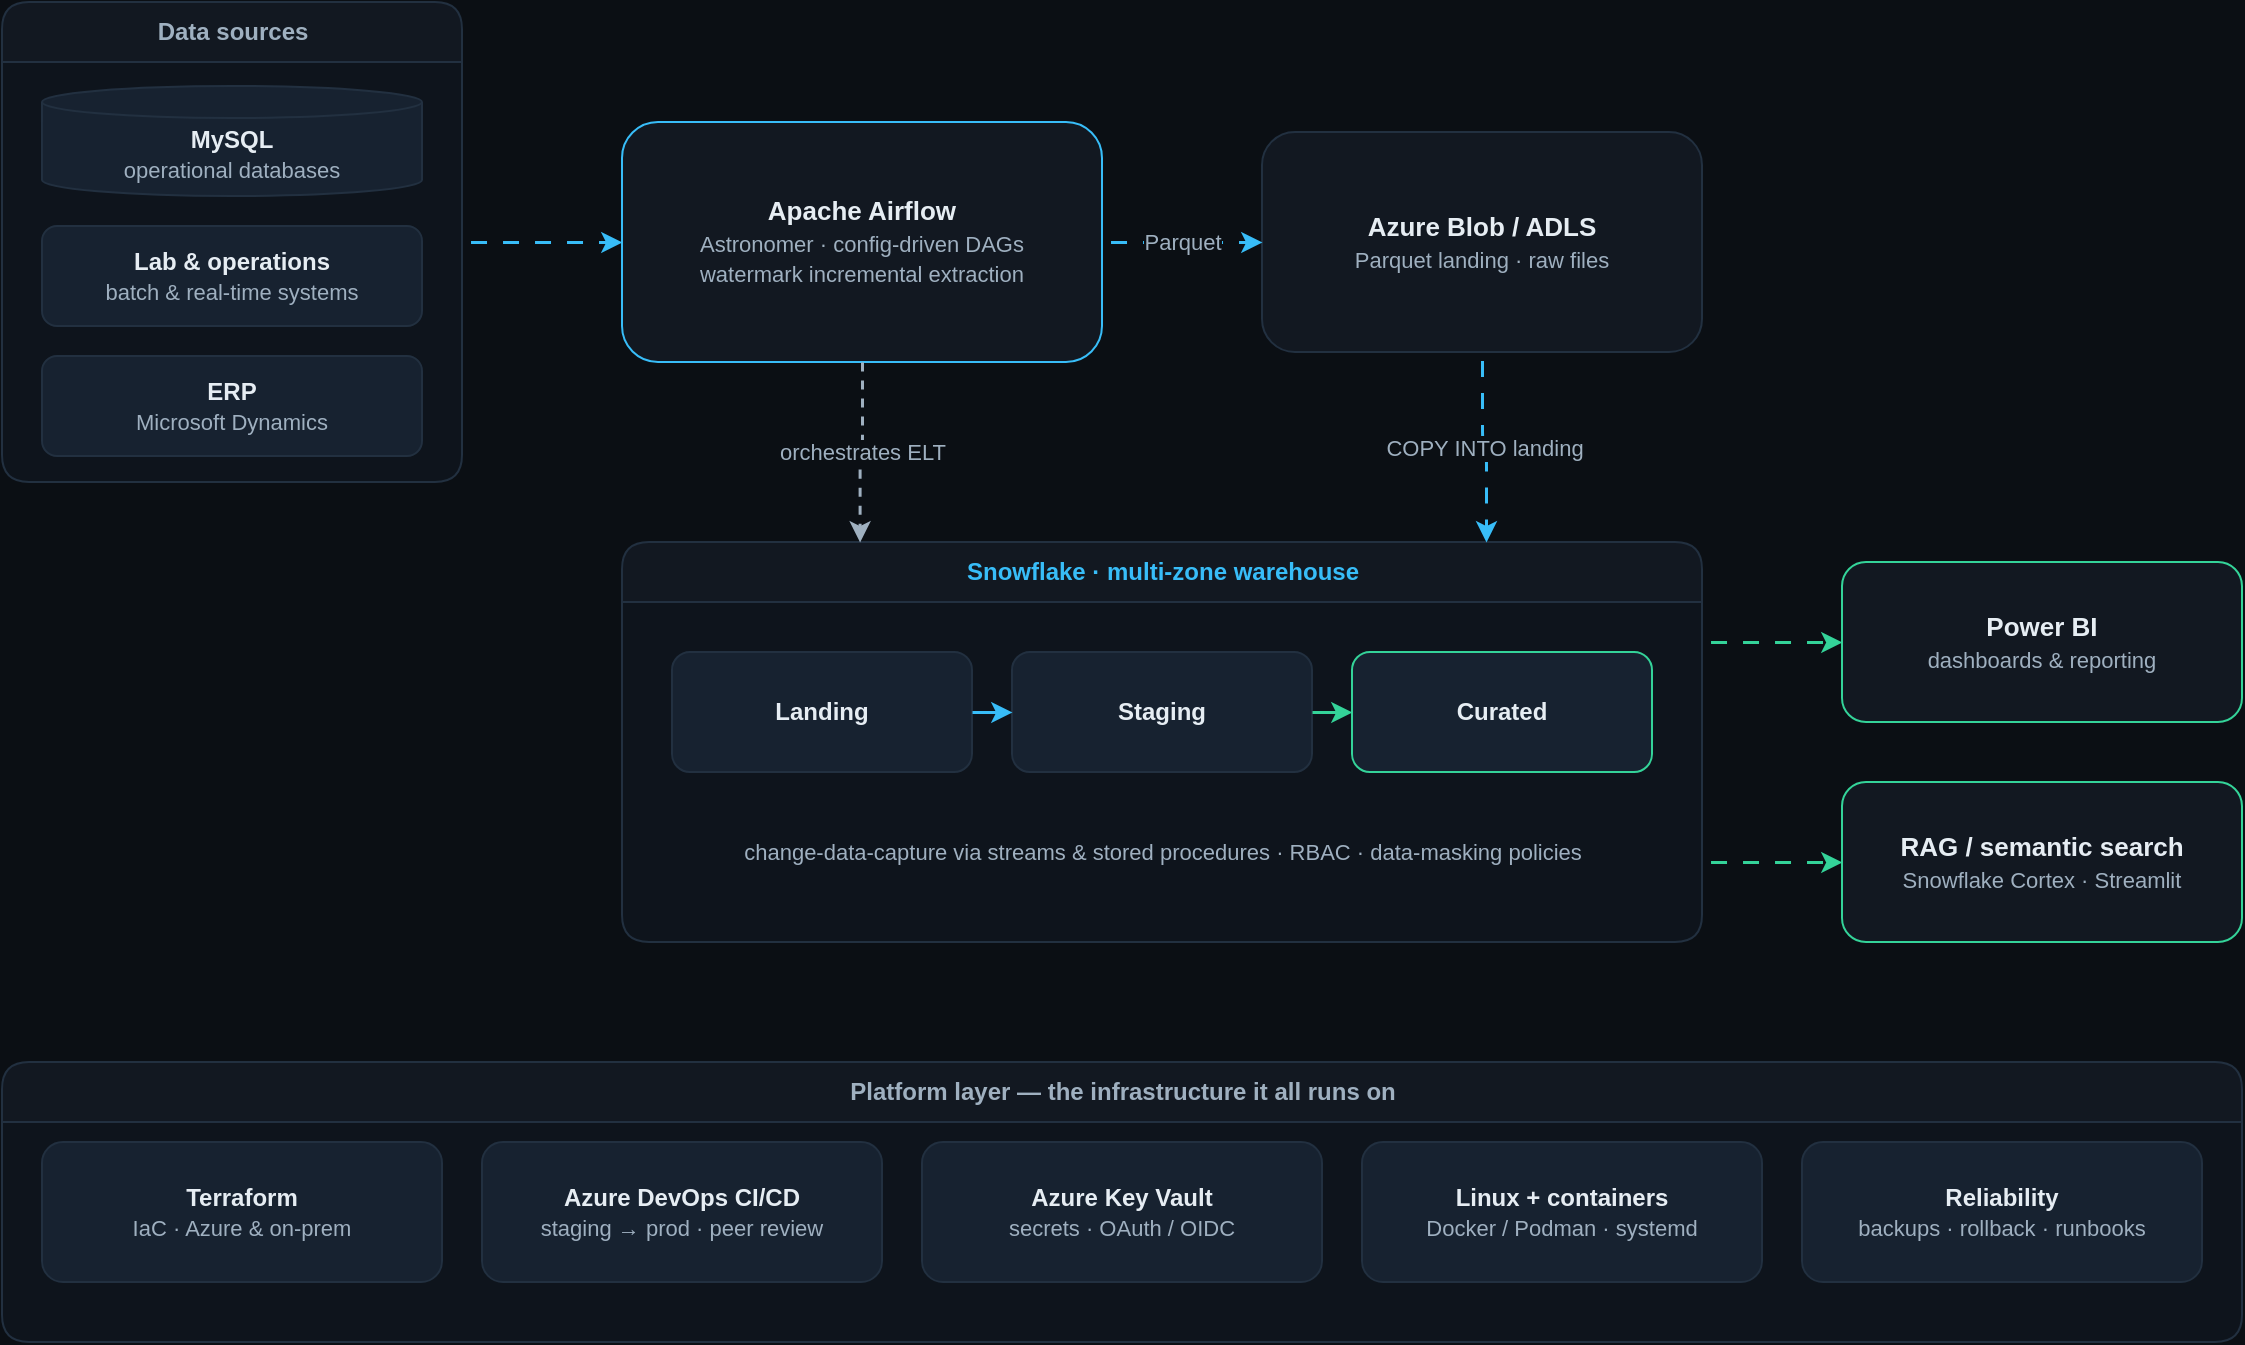
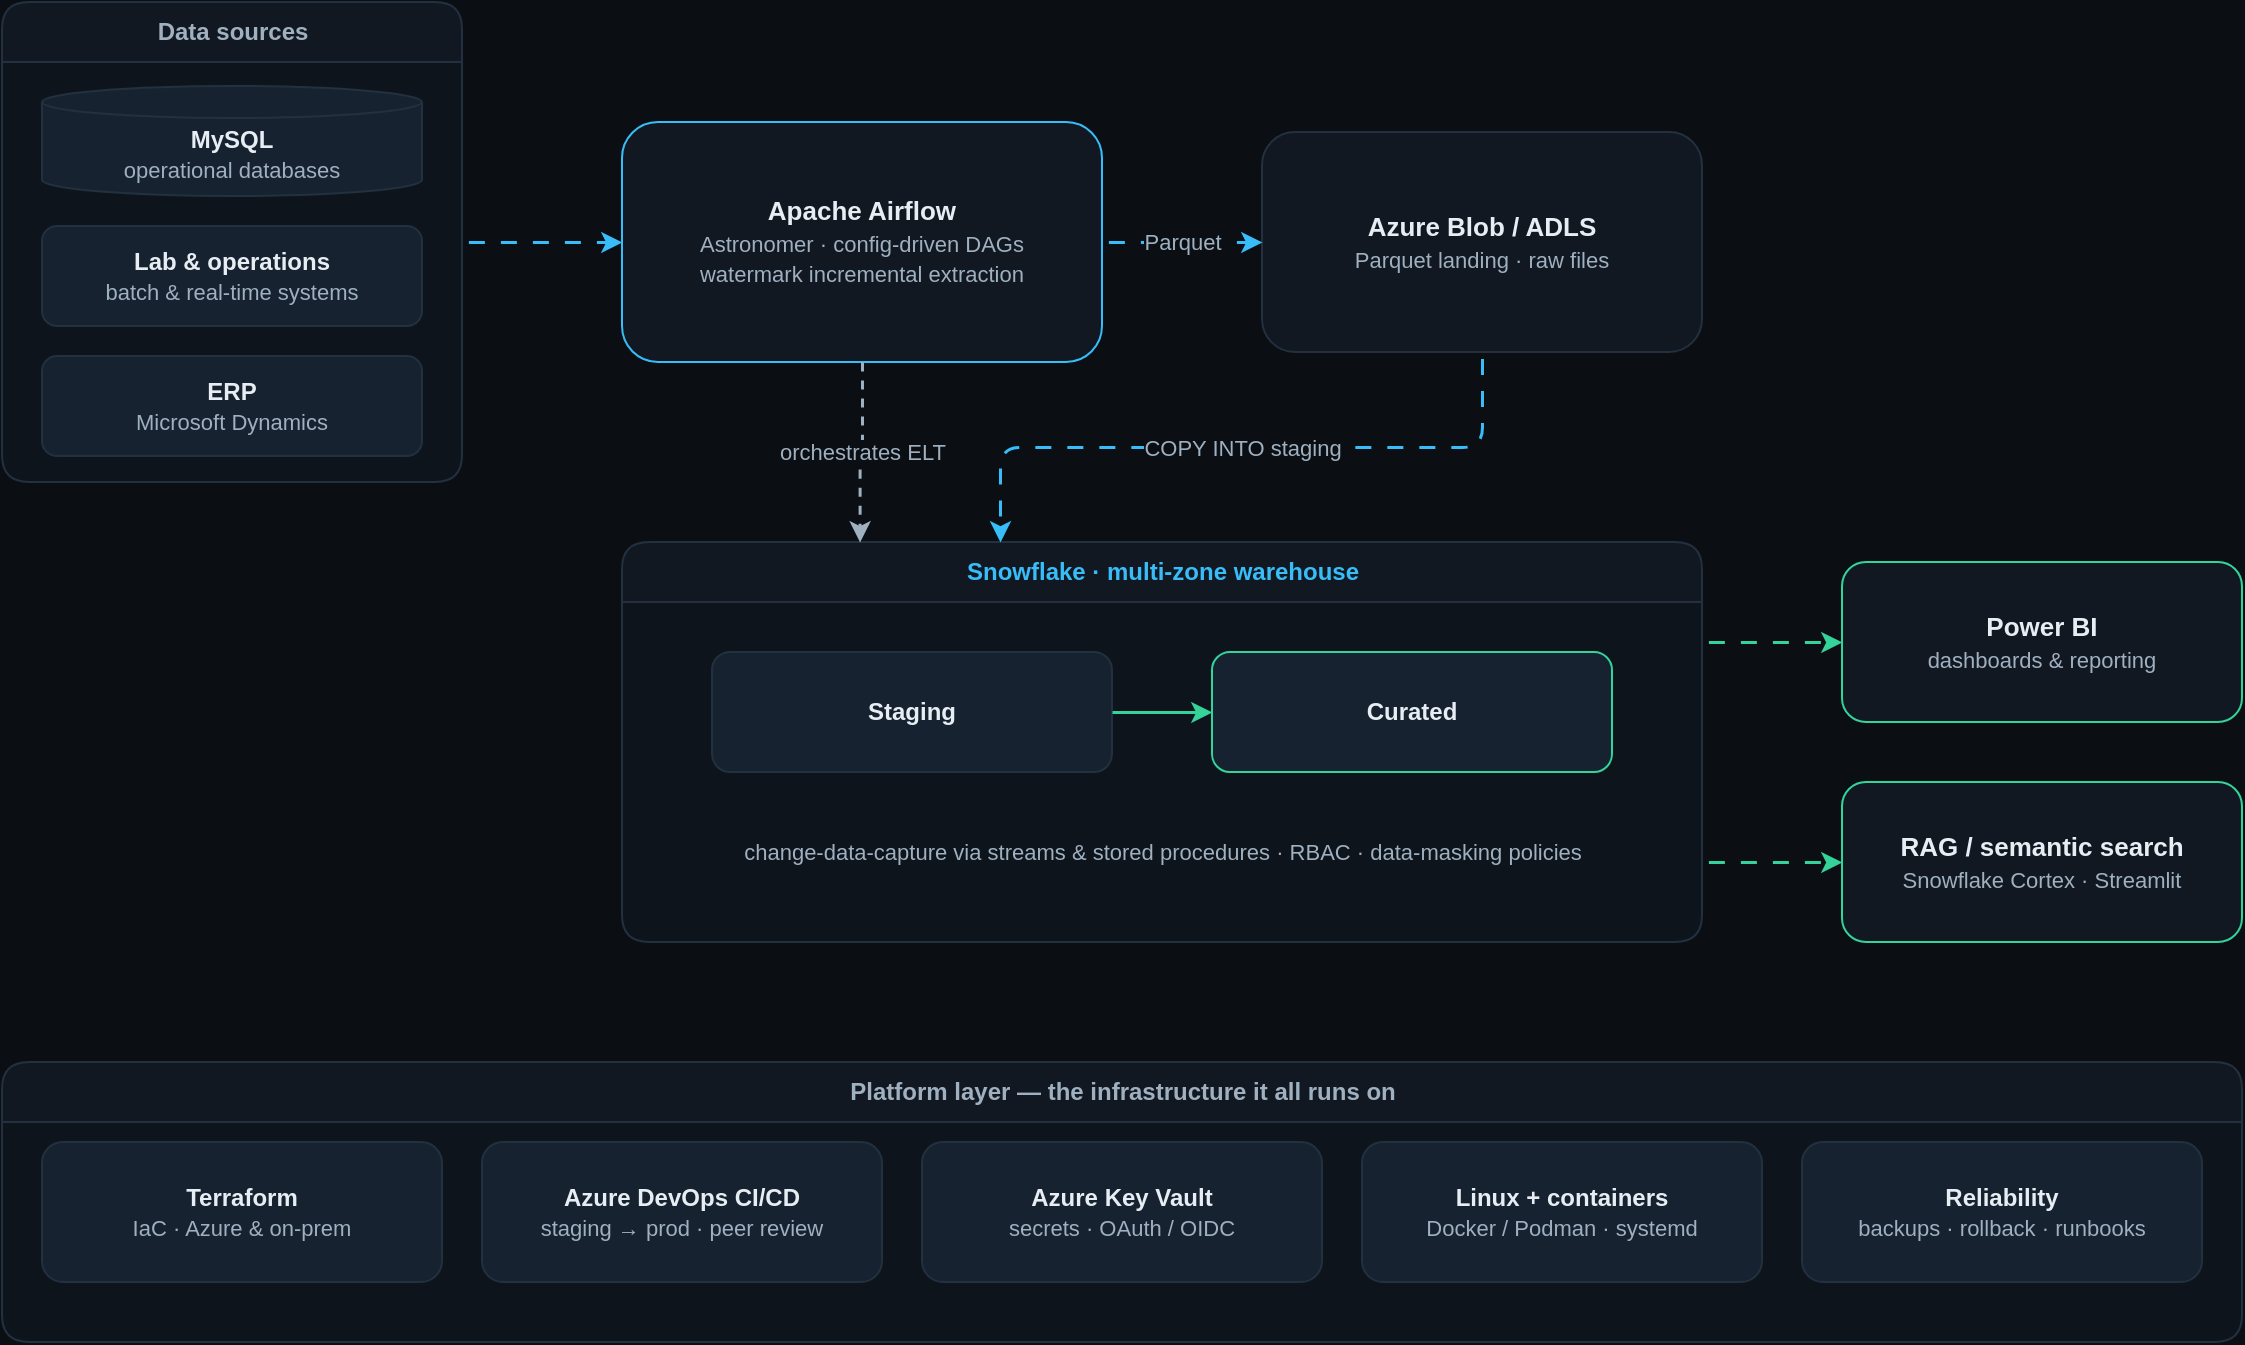
<?xml version="1.0" encoding="UTF-8"?>
<mxfile host="drawio" version="26.0.0">
  <diagram name="data-platform">
    <mxGraphModel background="#0b0f14" grid="0" page="0">
      <root>
        <mxCell id="0" />
        <mxCell id="1" parent="0" />

        <!-- ===== Data sources container ===== -->
        <mxCell id="sources" value="Data sources" style="swimlane;startSize=30;rounded=1;html=1;fillColor=#121821;swimlaneFillColor=#0e141c;strokeColor=#223040;fontColor=#9fb0c0;fontSize=12;fontStyle=1;pointerEvents=0;" vertex="1" parent="1">
          <mxGeometry x="40" y="40" width="230" height="240" as="geometry" />
        </mxCell>
        <mxCell id="src-mysql" value="&lt;b&gt;MySQL&lt;/b&gt;&lt;br&gt;&lt;font style=&quot;font-size:11px&quot; color=&quot;#9fb0c0&quot;&gt;operational databases&lt;/font&gt;" style="shape=cylinder3;whiteSpace=wrap;html=1;boundedLbl=1;size=8;fillColor=#172230;strokeColor=#223040;fontColor=#e6edf3;fontSize=12;" vertex="1" parent="sources">
          <mxGeometry x="20" y="42" width="190" height="55" as="geometry" />
        </mxCell>
        <mxCell id="src-lab" value="&lt;b&gt;Lab &amp;amp; operations&lt;/b&gt;&lt;br&gt;&lt;font style=&quot;font-size:11px&quot; color=&quot;#9fb0c0&quot;&gt;batch &amp;amp; real-time systems&lt;/font&gt;" style="rounded=1;whiteSpace=wrap;html=1;fillColor=#172230;strokeColor=#223040;fontColor=#e6edf3;fontSize=12;" vertex="1" parent="sources">
          <mxGeometry x="20" y="112" width="190" height="50" as="geometry" />
        </mxCell>
        <mxCell id="src-erp" value="&lt;b&gt;ERP&lt;/b&gt;&lt;br&gt;&lt;font style=&quot;font-size:11px&quot; color=&quot;#9fb0c0&quot;&gt;Microsoft Dynamics&lt;/font&gt;" style="rounded=1;whiteSpace=wrap;html=1;fillColor=#172230;strokeColor=#223040;fontColor=#e6edf3;fontSize=12;" vertex="1" parent="sources">
          <mxGeometry x="20" y="177" width="190" height="50" as="geometry" />
        </mxCell>

        <!-- ===== Orchestration ===== -->
        <mxCell id="airflow" value="&lt;b&gt;Apache Airflow&lt;/b&gt;&lt;br&gt;&lt;font style=&quot;font-size:11px&quot; color=&quot;#9fb0c0&quot;&gt;Astronomer &amp;#183; config-driven DAGs&lt;br&gt;watermark incremental extraction&lt;/font&gt;" style="rounded=1;whiteSpace=wrap;html=1;fillColor=#121821;strokeColor=#38bdf8;fontColor=#e6edf3;fontSize=13;" vertex="1" parent="1">
          <mxGeometry x="350" y="100" width="240" height="120" as="geometry" />
        </mxCell>

        <!-- ===== Landing storage ===== -->
        <mxCell id="blob" value="&lt;b&gt;Azure Blob / ADLS&lt;/b&gt;&lt;br&gt;&lt;font style=&quot;font-size:11px&quot; color=&quot;#9fb0c0&quot;&gt;Parquet landing &amp;#183; raw files&lt;/font&gt;" style="rounded=1;whiteSpace=wrap;html=1;fillColor=#121821;strokeColor=#223040;fontColor=#e6edf3;fontSize=13;" vertex="1" parent="1">
          <mxGeometry x="670" y="105" width="220" height="110" as="geometry" />
        </mxCell>

        <!-- ===== Snowflake warehouse ===== -->
        <mxCell id="sf" value="Snowflake &#183; multi-zone warehouse" style="swimlane;startSize=30;rounded=1;html=1;fillColor=#121821;swimlaneFillColor=#0e141c;strokeColor=#223040;fontColor=#38bdf8;fontSize=12;fontStyle=1;pointerEvents=0;" vertex="1" parent="1">
          <mxGeometry x="350" y="310" width="540" height="200" as="geometry" />
        </mxCell>
-         <mxCell id="sf-landing" value="&lt;b&gt;Landing&lt;/b&gt;" style="rounded=1;whiteSpace=wrap;html=1;fillColor=#172230;strokeColor=#223040;fontColor=#e6edf3;fontSize=12;" vertex="1" parent="sf">
-           <mxGeometry x="25" y="55" width="150" height="60" as="geometry" />
-         </mxCell>
        <mxCell id="sf-staging" value="&lt;b&gt;Staging&lt;/b&gt;" style="rounded=1;whiteSpace=wrap;html=1;fillColor=#172230;strokeColor=#223040;fontColor=#e6edf3;fontSize=12;" vertex="1" parent="sf">
-           <mxGeometry x="195" y="55" width="150" height="60" as="geometry" />
+           <mxGeometry x="45" y="55" width="200" height="60" as="geometry" />
        </mxCell>
        <mxCell id="sf-curated" value="&lt;b&gt;Curated&lt;/b&gt;" style="rounded=1;whiteSpace=wrap;html=1;fillColor=#172230;strokeColor=#34d399;fontColor=#e6edf3;fontSize=12;" vertex="1" parent="sf">
-           <mxGeometry x="365" y="55" width="150" height="60" as="geometry" />
+           <mxGeometry x="295" y="55" width="200" height="60" as="geometry" />
        </mxCell>
        <mxCell id="sf-caption" value="change-data-capture via streams &amp;amp; stored procedures &amp;#183; RBAC &amp;#183; data-masking policies" style="text;html=1;align=center;verticalAlign=middle;fontColor=#9fb0c0;fontSize=11;" vertex="1" parent="sf">
          <mxGeometry x="25" y="130" width="490" height="50" as="geometry" />
        </mxCell>

        <!-- ===== Consumption ===== -->
        <mxCell id="powerbi" value="&lt;b&gt;Power BI&lt;/b&gt;&lt;br&gt;&lt;font style=&quot;font-size:11px&quot; color=&quot;#9fb0c0&quot;&gt;dashboards &amp;amp; reporting&lt;/font&gt;" style="rounded=1;whiteSpace=wrap;html=1;fillColor=#121821;strokeColor=#34d399;fontColor=#e6edf3;fontSize=13;" vertex="1" parent="1">
          <mxGeometry x="960" y="320" width="200" height="80" as="geometry" />
        </mxCell>
        <mxCell id="rag" value="&lt;b&gt;RAG / semantic search&lt;/b&gt;&lt;br&gt;&lt;font style=&quot;font-size:11px&quot; color=&quot;#9fb0c0&quot;&gt;Snowflake Cortex &amp;#183; Streamlit&lt;/font&gt;" style="rounded=1;whiteSpace=wrap;html=1;fillColor=#121821;strokeColor=#34d399;fontColor=#e6edf3;fontSize=13;" vertex="1" parent="1">
          <mxGeometry x="960" y="430" width="200" height="80" as="geometry" />
        </mxCell>

        <!-- ===== Platform layer ===== -->
        <mxCell id="platform" value="Platform layer &#8212; the infrastructure it all runs on" style="swimlane;startSize=30;rounded=1;html=1;fillColor=#121821;swimlaneFillColor=#0e141c;strokeColor=#223040;fontColor=#9fb0c0;fontSize=12;fontStyle=1;pointerEvents=0;" vertex="1" parent="1">
          <mxGeometry x="40" y="570" width="1120" height="140" as="geometry" />
        </mxCell>
        <mxCell id="pf-tf" value="&lt;b&gt;Terraform&lt;/b&gt;&lt;br&gt;&lt;font style=&quot;font-size:11px&quot; color=&quot;#9fb0c0&quot;&gt;IaC &amp;#183; Azure &amp;amp; on-prem&lt;/font&gt;" style="rounded=1;whiteSpace=wrap;html=1;fillColor=#172230;strokeColor=#223040;fontColor=#e6edf3;fontSize=12;" vertex="1" parent="platform">
          <mxGeometry x="20" y="40" width="200" height="70" as="geometry" />
        </mxCell>
        <mxCell id="pf-cicd" value="&lt;b&gt;Azure DevOps CI/CD&lt;/b&gt;&lt;br&gt;&lt;font style=&quot;font-size:11px&quot; color=&quot;#9fb0c0&quot;&gt;staging &amp;#8594; prod &amp;#183; peer review&lt;/font&gt;" style="rounded=1;whiteSpace=wrap;html=1;fillColor=#172230;strokeColor=#223040;fontColor=#e6edf3;fontSize=12;" vertex="1" parent="platform">
          <mxGeometry x="240" y="40" width="200" height="70" as="geometry" />
        </mxCell>
        <mxCell id="pf-kv" value="&lt;b&gt;Azure Key Vault&lt;/b&gt;&lt;br&gt;&lt;font style=&quot;font-size:11px&quot; color=&quot;#9fb0c0&quot;&gt;secrets &amp;#183; OAuth / OIDC&lt;/font&gt;" style="rounded=1;whiteSpace=wrap;html=1;fillColor=#172230;strokeColor=#223040;fontColor=#e6edf3;fontSize=12;" vertex="1" parent="platform">
          <mxGeometry x="460" y="40" width="200" height="70" as="geometry" />
        </mxCell>
        <mxCell id="pf-linux" value="&lt;b&gt;Linux + containers&lt;/b&gt;&lt;br&gt;&lt;font style=&quot;font-size:11px&quot; color=&quot;#9fb0c0&quot;&gt;Docker / Podman &amp;#183; systemd&lt;/font&gt;" style="rounded=1;whiteSpace=wrap;html=1;fillColor=#172230;strokeColor=#223040;fontColor=#e6edf3;fontSize=12;" vertex="1" parent="platform">
          <mxGeometry x="680" y="40" width="200" height="70" as="geometry" />
        </mxCell>
        <mxCell id="pf-rel" value="&lt;b&gt;Reliability&lt;/b&gt;&lt;br&gt;&lt;font style=&quot;font-size:11px&quot; color=&quot;#9fb0c0&quot;&gt;backups &amp;#183; rollback &amp;#183; runbooks&lt;/font&gt;" style="rounded=1;whiteSpace=wrap;html=1;fillColor=#172230;strokeColor=#223040;fontColor=#e6edf3;fontSize=12;" vertex="1" parent="platform">
          <mxGeometry x="900" y="40" width="200" height="70" as="geometry" />
        </mxCell>

        <!-- ===== Edges: main data flow ===== -->
        <mxCell id="e1" value="" style="edgeStyle=orthogonalEdgeStyle;rounded=1;orthogonalLoop=1;jettySize=auto;html=1;strokeColor=#38bdf8;strokeWidth=1.5;fontColor=#9fb0c0;fontSize=11;labelBackgroundColor=#0b0f14;flowAnimation=1;exitX=1;exitY=0.5;exitDx=0;exitDy=0;entryX=0;entryY=0.5;entryDx=0;entryDy=0;" edge="1" parent="1" source="sources" target="airflow">
          <mxGeometry relative="1" as="geometry" />
        </mxCell>
        <mxCell id="e2" value="Parquet" style="edgeStyle=orthogonalEdgeStyle;rounded=1;orthogonalLoop=1;jettySize=auto;html=1;strokeColor=#38bdf8;strokeWidth=1.5;fontColor=#9fb0c0;fontSize=11;labelBackgroundColor=#0b0f14;flowAnimation=1;exitX=1;exitY=0.5;exitDx=0;exitDy=0;entryX=0;entryY=0.5;entryDx=0;entryDy=0;" edge="1" parent="1" source="airflow" target="blob">
          <mxGeometry relative="1" as="geometry" />
        </mxCell>
-         <mxCell id="e3" value="COPY INTO landing" style="edgeStyle=orthogonalEdgeStyle;rounded=1;orthogonalLoop=1;jettySize=auto;html=1;strokeColor=#38bdf8;strokeWidth=1.5;fontColor=#9fb0c0;fontSize=11;labelBackgroundColor=#0b0f14;flowAnimation=1;exitX=0.5;exitY=1;exitDx=0;exitDy=0;entryX=0.8;entryY=0;entryDx=0;entryDy=0;" edge="1" parent="1" source="blob" target="sf">
+         <mxCell id="e3" value="COPY INTO staging" style="edgeStyle=orthogonalEdgeStyle;rounded=1;orthogonalLoop=1;jettySize=auto;html=1;strokeColor=#38bdf8;strokeWidth=1.5;fontColor=#9fb0c0;fontSize=11;labelBackgroundColor=#0b0f14;flowAnimation=1;exitX=0.5;exitY=1;exitDx=0;exitDy=0;entryX=0.35;entryY=0;entryDx=0;entryDy=0;" edge="1" parent="1" source="blob" target="sf">
          <mxGeometry relative="1" as="geometry" />
        </mxCell>
        <mxCell id="e4" value="orchestrates ELT" style="edgeStyle=orthogonalEdgeStyle;rounded=1;orthogonalLoop=1;jettySize=auto;html=1;strokeColor=#9fb0c0;strokeWidth=1.5;dashed=1;fontColor=#9fb0c0;fontSize=11;labelBackgroundColor=#0b0f14;exitX=0.5;exitY=1;exitDx=0;exitDy=0;entryX=0.22;entryY=0;entryDx=0;entryDy=0;" edge="1" parent="1" source="airflow" target="sf">
          <mxGeometry relative="1" as="geometry" />
        </mxCell>

        <!-- ===== Edges: warehouse zones ===== -->
-         <mxCell id="e5" value="" style="edgeStyle=orthogonalEdgeStyle;rounded=1;orthogonalLoop=1;jettySize=auto;html=1;strokeColor=#38bdf8;strokeWidth=1.5;exitX=1;exitY=0.5;exitDx=0;exitDy=0;entryX=0;entryY=0.5;entryDx=0;entryDy=0;" edge="1" parent="sf" source="sf-landing" target="sf-staging">
-           <mxGeometry relative="1" as="geometry" />
-         </mxCell>
        <mxCell id="e6" value="" style="edgeStyle=orthogonalEdgeStyle;rounded=1;orthogonalLoop=1;jettySize=auto;html=1;strokeColor=#34d399;strokeWidth=1.5;exitX=1;exitY=0.5;exitDx=0;exitDy=0;entryX=0;entryY=0.5;entryDx=0;entryDy=0;" edge="1" parent="sf" source="sf-staging" target="sf-curated">
          <mxGeometry relative="1" as="geometry" />
        </mxCell>

        <!-- ===== Edges: consumption ===== -->
        <mxCell id="e7" value="" style="edgeStyle=orthogonalEdgeStyle;rounded=1;orthogonalLoop=1;jettySize=auto;html=1;strokeColor=#34d399;strokeWidth=1.5;flowAnimation=1;exitX=1;exitY=0.25;exitDx=0;exitDy=0;entryX=0;entryY=0.5;entryDx=0;entryDy=0;" edge="1" parent="1" source="sf" target="powerbi">
          <mxGeometry relative="1" as="geometry" />
        </mxCell>
        <mxCell id="e8" value="" style="edgeStyle=orthogonalEdgeStyle;rounded=1;orthogonalLoop=1;jettySize=auto;html=1;strokeColor=#34d399;strokeWidth=1.5;flowAnimation=1;exitX=1;exitY=0.8;exitDx=0;exitDy=0;entryX=0;entryY=0.5;entryDx=0;entryDy=0;" edge="1" parent="1" source="sf" target="rag">
          <mxGeometry relative="1" as="geometry" />
        </mxCell>
      </root>
    </mxGraphModel>
  </diagram>
</mxfile>
